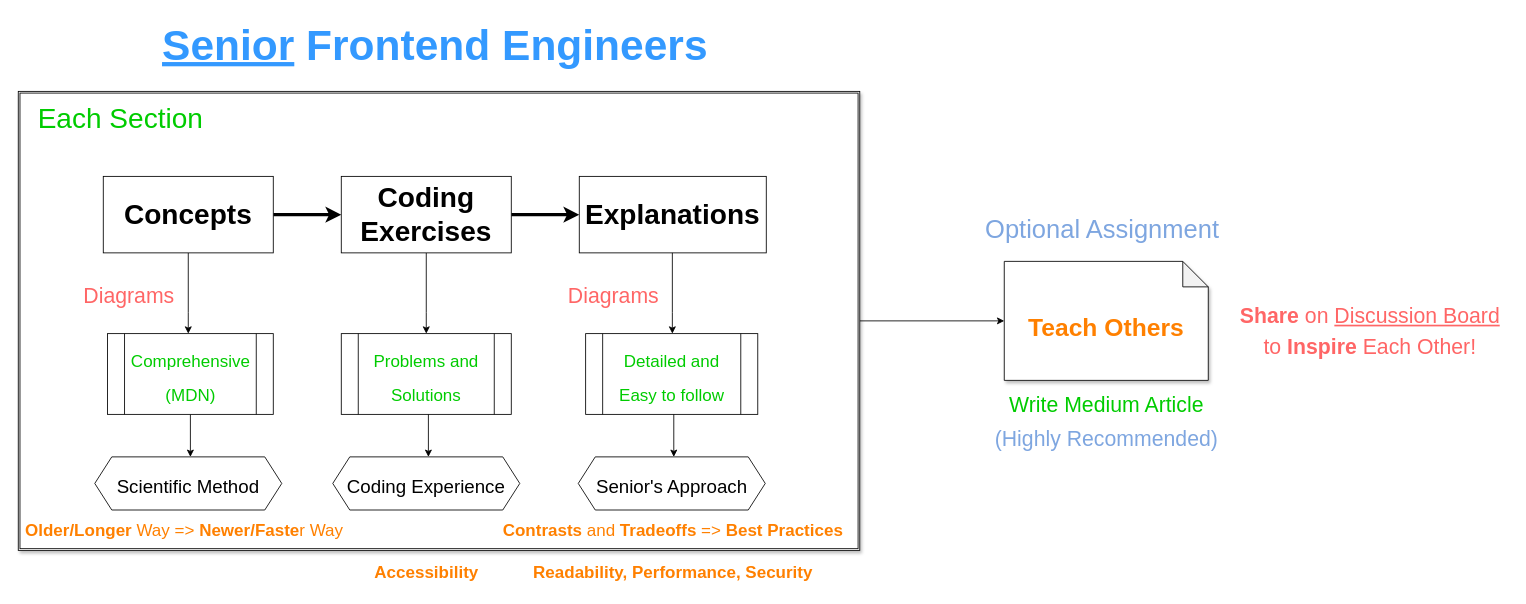
Before: page "Section Structure" (3 of 3) of overview.drawio in 1-11-1/FrontendCourse2021, a draw.io diagram. Source tidied: cells renumbered, new cells numbered last; positions are measured from the earlier drawing's top-left corner, leaving out a move shared by most shapes. Both pictures are drawn from the tidied source at 85%, with x=0, y=0 at pixel (18, 14).
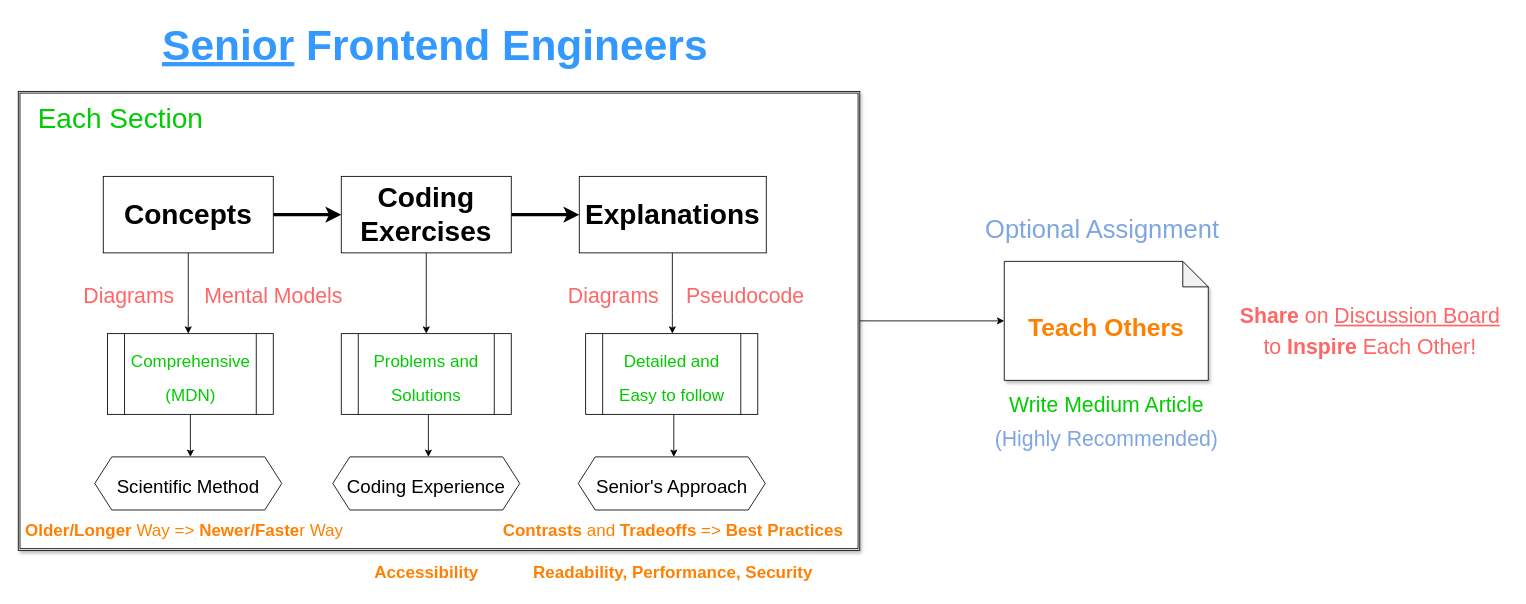
After the change.

Diff of the diagram source:
```diff
@@
+    <mxCell id="34" value="Mental Models" style="text;html=1;align=center;verticalAlign=middle;fillColor=none;strokeColor=none;rounded=0;shadow=1;fontSize=25;fontColor=#FF6666;" parent="1" vertex="1">
+      <mxGeometry x="210" y="310" width="180" height="40" as="geometry" />
+    </mxCell>
+    <mxCell id="35" value="Pseudocode" style="text;html=1;align=center;verticalAlign=middle;fillColor=none;strokeColor=none;rounded=0;shadow=1;fontSize=25;fontColor=#FF6666;" parent="1" vertex="1">
+      <mxGeometry x="780" y="310" width="150" height="40" as="geometry" />
+    </mxCell>
```
